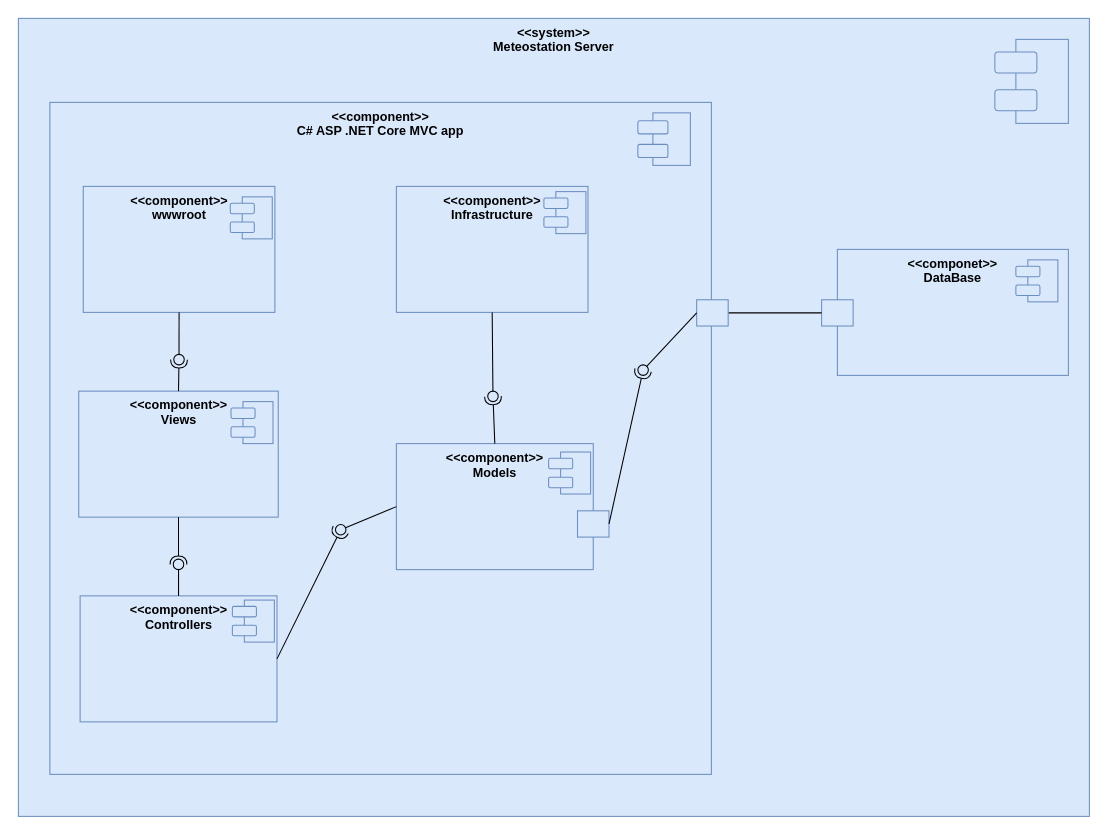
The draw.io diagram doc/Диаграммы/компонентов.drawio in kradunches/ari-metiostation, before the edit. Source tidied: cells renumbered, new cells numbered last; positions are measured from the earlier drawing's top-left corner, leaving out a move shared by most shapes. Both pictures are drawn from the tidied source at 105%, with x=0, y=0 at pixel (18, 18).
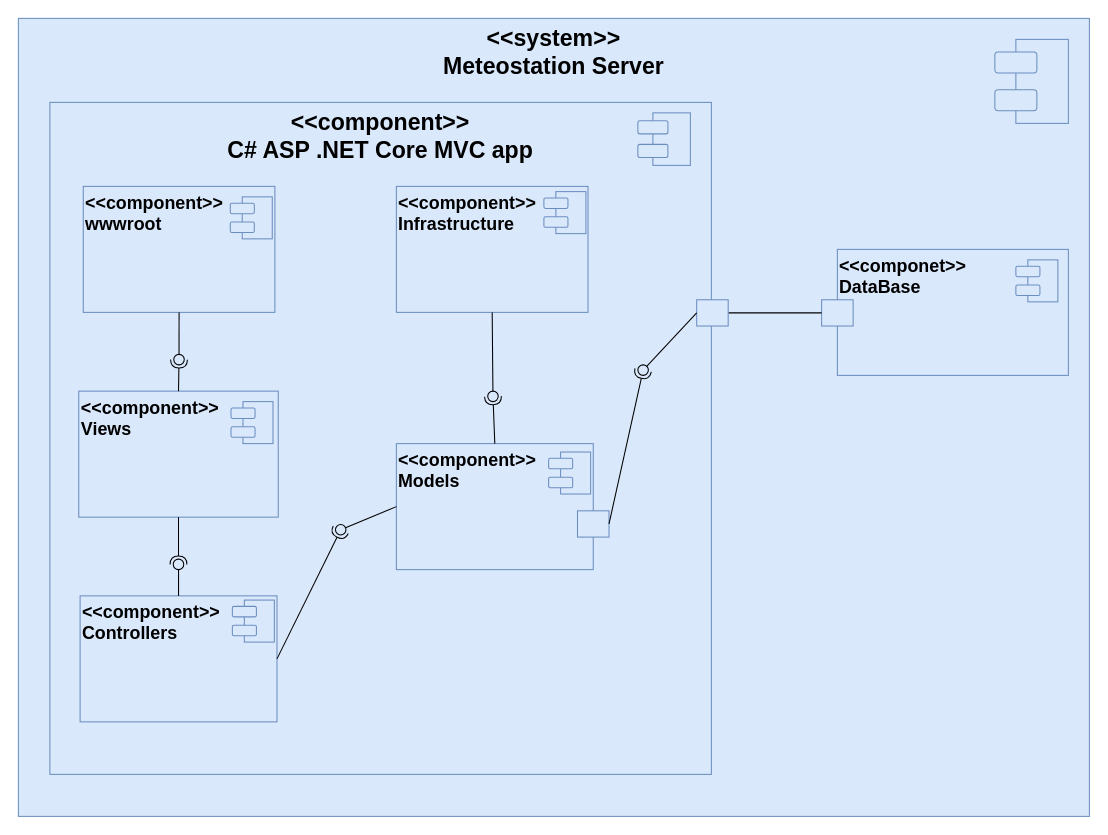
Above is the later version.

What changed in the source:
```diff
@@
-    <mxCell id="2" value="&lt;b&gt;&amp;lt;&amp;lt;system&amp;gt;&amp;gt;&lt;/b&gt;&lt;div&gt;&lt;b&gt;Meteostation Server&lt;/b&gt;&lt;/div&gt;" style="rounded=0;whiteSpace=wrap;html=1;fillColor=#dae8fc;strokeColor=#6c8ebf;verticalAlign=top;" parent="1" vertex="1">
+    <mxCell id="2" value="&lt;b style=&quot;font-size: 22px;&quot;&gt;&lt;font style=&quot;font-size: 22px;&quot;&gt;&amp;lt;&amp;lt;system&amp;gt;&amp;gt;&lt;/font&gt;&lt;/b&gt;&lt;div style=&quot;font-size: 22px;&quot;&gt;&lt;b style=&quot;&quot;&gt;&lt;font style=&quot;font-size: 22px;&quot;&gt;Meteostation Server&lt;/font&gt;&lt;/b&gt;&lt;/div&gt;" style="rounded=0;whiteSpace=wrap;html=1;fillColor=#dae8fc;strokeColor=#6c8ebf;verticalAlign=top;" parent="1" vertex="1">
       <mxGeometry width="1020" height="760" as="geometry" />
     </mxCell>
@@
-    <mxCell id="7" style="group;" parent="1" vertex="1">
+    <mxCell id="7" style="group;align=left;fontSize=17;" parent="1" vertex="1">
       <mxGeometry x="780" y="220" width="220" height="120" as="geometry" />
     </mxCell>
-    <mxCell id="8" value="&amp;lt;&amp;lt;componet&amp;gt;&amp;gt;&lt;div&gt;DataBase&lt;/div&gt;" style="rounded=0;whiteSpace=wrap;html=1;fillColor=#dae8fc;strokeColor=#6c8ebf;verticalAlign=top;fontStyle=1;" parent="7" vertex="1">
+    <mxCell id="8" value="&lt;font style=&quot;font-size: 17px;&quot;&gt;&amp;lt;&amp;lt;componet&amp;gt;&amp;gt;&lt;/font&gt;&lt;div style=&quot;font-size: 17px;&quot;&gt;&lt;font style=&quot;font-size: 17px;&quot;&gt;DataBase&lt;/font&gt;&lt;/div&gt;" style="rounded=0;whiteSpace=wrap;html=1;fillColor=#dae8fc;strokeColor=#6c8ebf;verticalAlign=top;fontStyle=1;align=left;" parent="7" vertex="1">
       <mxGeometry width="220" height="120" as="geometry" />
     </mxCell>
@@
-    <mxCell id="14" value="&amp;lt;&amp;lt;component&amp;gt;&amp;gt;&lt;div&gt;C# ASP .NET Core MVC app&lt;/div&gt;" style="rounded=0;whiteSpace=wrap;html=1;fillColor=#dae8fc;strokeColor=#6c8ebf;verticalAlign=top;fontStyle=1;" parent="1" vertex="1">
+    <mxCell id="14" value="&lt;font style=&quot;font-size: 22px;&quot;&gt;&amp;lt;&amp;lt;component&amp;gt;&amp;gt;&lt;/font&gt;&lt;div style=&quot;font-size: 22px;&quot;&gt;&lt;font style=&quot;font-size: 22px;&quot;&gt;C# ASP .NET Core MVC app&lt;/font&gt;&lt;/div&gt;" style="rounded=0;whiteSpace=wrap;html=1;fillColor=#dae8fc;strokeColor=#6c8ebf;verticalAlign=top;fontStyle=1;" parent="1" vertex="1">
       <mxGeometry x="30" y="80" width="630" height="640" as="geometry" />
     </mxCell>
@@
-    <mxCell id="19" value="&amp;lt;&amp;lt;component&amp;gt;&amp;gt;&lt;div&gt;Models&lt;/div&gt;" style="rounded=0;whiteSpace=wrap;html=1;fillColor=#dae8fc;strokeColor=#6c8ebf;verticalAlign=top;fontStyle=1;" parent="1" vertex="1">
+    <mxCell id="19" value="&lt;font style=&quot;font-size: 17px;&quot;&gt;&amp;lt;&amp;lt;component&amp;gt;&amp;gt;&lt;/font&gt;&lt;div style=&quot;font-size: 17px;&quot;&gt;&lt;font style=&quot;font-size: 17px;&quot;&gt;Models&lt;/font&gt;&lt;/div&gt;" style="rounded=0;whiteSpace=wrap;html=1;fillColor=#dae8fc;strokeColor=#6c8ebf;verticalAlign=top;fontStyle=1;align=left;" parent="1" vertex="1">
       <mxGeometry x="360" y="405" width="187.5" height="120" as="geometry" />
     </mxCell>
-    <mxCell id="20" value="&amp;lt;&amp;lt;component&amp;gt;&amp;gt;&lt;div&gt;Views&lt;/div&gt;" style="rounded=0;whiteSpace=wrap;html=1;fillColor=#dae8fc;strokeColor=#6c8ebf;verticalAlign=top;fontStyle=1;" parent="1" vertex="1">
+    <mxCell id="20" value="&lt;font style=&quot;font-size: 17px;&quot;&gt;&amp;lt;&amp;lt;component&amp;gt;&amp;gt;&lt;/font&gt;&lt;div style=&quot;font-size: 17px;&quot;&gt;&lt;font style=&quot;font-size: 17px;&quot;&gt;Views&lt;/font&gt;&lt;/div&gt;" style="rounded=0;whiteSpace=wrap;html=1;fillColor=#dae8fc;strokeColor=#6c8ebf;verticalAlign=top;fontStyle=1;align=left;" parent="1" vertex="1">
       <mxGeometry x="57.5" y="355" width="190" height="120" as="geometry" />
     </mxCell>
-    <mxCell id="21" value="&amp;lt;&amp;lt;component&amp;gt;&amp;gt;&lt;div&gt;Controllers&lt;/div&gt;" style="rounded=0;whiteSpace=wrap;html=1;fillColor=#dae8fc;strokeColor=#6c8ebf;verticalAlign=top;fontStyle=1;" parent="1" vertex="1">
+    <mxCell id="21" value="&lt;font style=&quot;font-size: 17px;&quot;&gt;&amp;lt;&amp;lt;component&amp;gt;&amp;gt;&lt;/font&gt;&lt;div style=&quot;font-size: 17px;&quot;&gt;&lt;font style=&quot;font-size: 17px;&quot;&gt;Controllers&lt;/font&gt;&lt;/div&gt;" style="rounded=0;whiteSpace=wrap;html=1;fillColor=#dae8fc;strokeColor=#6c8ebf;verticalAlign=top;fontStyle=1;align=left;" parent="1" vertex="1">
       <mxGeometry x="58.8" y="550" width="187.5" height="120" as="geometry" />
     </mxCell>
-    <mxCell id="22" value="&amp;lt;&amp;lt;component&amp;gt;&amp;gt;&lt;div&gt;Infrastructure&lt;/div&gt;" style="rounded=0;whiteSpace=wrap;html=1;fillColor=#dae8fc;strokeColor=#6c8ebf;verticalAlign=top;fontStyle=1;" parent="1" vertex="1">
+    <mxCell id="22" value="&amp;lt;&amp;lt;component&amp;gt;&amp;gt;&lt;div style=&quot;font-size: 17px;&quot;&gt;Infrastructure&lt;/div&gt;" style="rounded=0;whiteSpace=wrap;html=1;fillColor=#dae8fc;strokeColor=#6c8ebf;verticalAlign=top;fontStyle=1;align=left;fontSize=17;" parent="1" vertex="1">
       <mxGeometry x="360" y="160" width="182.5" height="120" as="geometry" />
     </mxCell>
-    <mxCell id="23" value="&amp;lt;&amp;lt;component&amp;gt;&amp;gt;&lt;div&gt;wwwroot&lt;/div&gt;" style="rounded=0;whiteSpace=wrap;html=1;fillColor=#dae8fc;strokeColor=#6c8ebf;verticalAlign=top;fontStyle=1;" parent="1" vertex="1">
+    <mxCell id="23" value="&lt;font style=&quot;font-size: 17px;&quot;&gt;&amp;lt;&amp;lt;component&amp;gt;&amp;gt;&lt;/font&gt;&lt;div style=&quot;font-size: 17px;&quot;&gt;&lt;font style=&quot;font-size: 17px;&quot;&gt;wwwroot&lt;/font&gt;&lt;/div&gt;" style="rounded=0;whiteSpace=wrap;html=1;fillColor=#dae8fc;strokeColor=#6c8ebf;verticalAlign=top;fontStyle=1;align=left;" parent="1" vertex="1">
       <mxGeometry x="61.8" y="160" width="182.5" height="120" as="geometry" />
     </mxCell>
```
